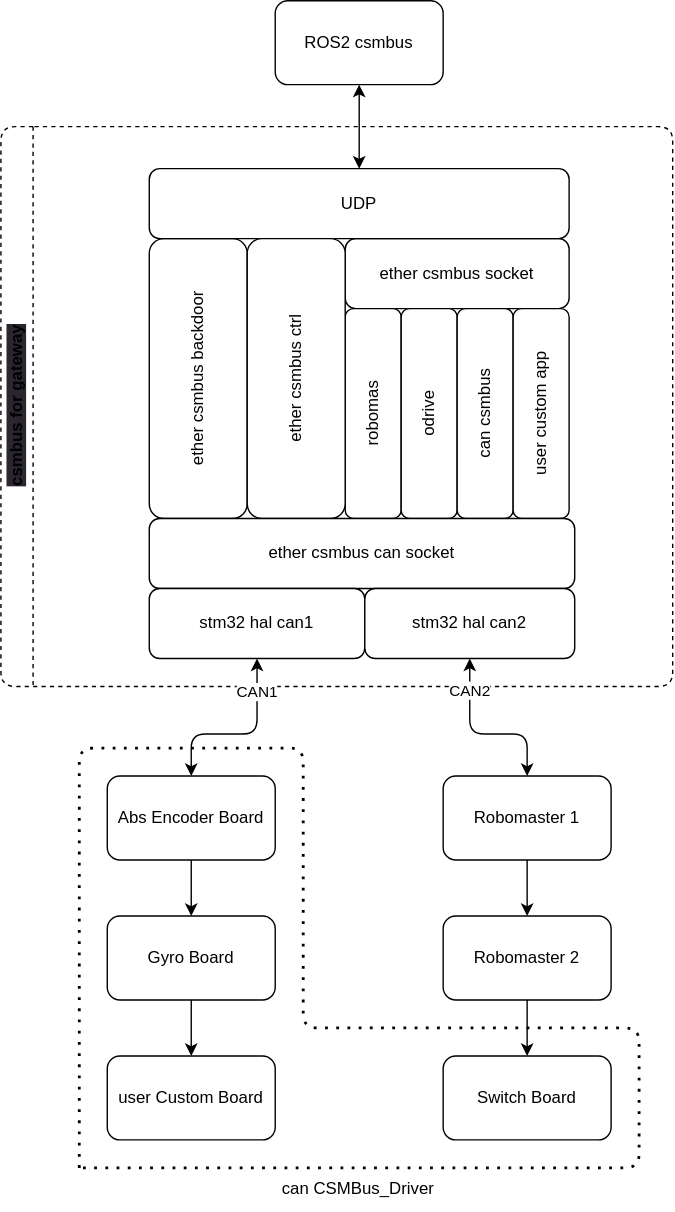
Ayrton2718/CSMBus-Document keeps this draw.io diagram as docs/csmbus_gateway_stack.drawio.svg. Above is the earlier version. Source tidied: cells renumbered, new cells last; positions are measured from the earlier drawing's top-left corner, leaving out a move shared by most shapes. The source it was exported from:
```xml
<mxGraphModel>
  <root>
    <mxCell id="0" />
    <mxCell id="1" parent="0" />
    <mxCell id="2" value="&lt;span style=&quot;background-color: rgb(42, 37, 47);&quot;&gt;csmbus for gateway&lt;/span&gt;" style="swimlane;horizontal=0;whiteSpace=wrap;html=1;rounded=1;dashed=1;" parent="1" vertex="1">
      <mxGeometry y="90" width="480" height="400" as="geometry" />
    </mxCell>
    <mxCell id="3" value="ether csmbus backdoor" style="rounded=1;whiteSpace=wrap;html=1;horizontal=0;" parent="2" vertex="1">
      <mxGeometry x="106" y="80" width="70" height="200" as="geometry" />
    </mxCell>
    <mxCell id="4" value="ether csmbus socket" style="rounded=1;whiteSpace=wrap;html=1;" parent="2" vertex="1">
      <mxGeometry x="246" y="80" width="160" height="50" as="geometry" />
    </mxCell>
    <mxCell id="5" value="robomas" style="rounded=1;whiteSpace=wrap;html=1;horizontal=0;" parent="2" vertex="1">
      <mxGeometry x="246" y="130" width="40" height="150" as="geometry" />
    </mxCell>
    <mxCell id="6" value="odrive" style="rounded=1;whiteSpace=wrap;html=1;horizontal=0;" parent="2" vertex="1">
      <mxGeometry x="286" y="130" width="40" height="150" as="geometry" />
    </mxCell>
    <mxCell id="7" value="can csmbus" style="rounded=1;whiteSpace=wrap;html=1;horizontal=0;" parent="2" vertex="1">
      <mxGeometry x="326" y="130" width="40" height="150" as="geometry" />
    </mxCell>
    <mxCell id="8" value="user custom app" style="rounded=1;whiteSpace=wrap;html=1;horizontal=0;" parent="2" vertex="1">
      <mxGeometry x="366" y="130" width="40" height="150" as="geometry" />
    </mxCell>
    <mxCell id="9" value="UDP" style="rounded=1;whiteSpace=wrap;html=1;" parent="2" vertex="1">
      <mxGeometry x="106" y="30" width="300" height="50" as="geometry" />
    </mxCell>
    <mxCell id="10" value="ether csmbus ctrl" style="rounded=1;whiteSpace=wrap;html=1;horizontal=0;" parent="2" vertex="1">
      <mxGeometry x="176" y="80" width="70" height="200" as="geometry" />
    </mxCell>
    <mxCell id="11" value="ether csmbus can socket" style="rounded=1;whiteSpace=wrap;html=1;" parent="2" vertex="1">
      <mxGeometry x="106" y="280" width="304" height="50" as="geometry" />
    </mxCell>
    <mxCell id="12" value="stm32 hal can1" style="rounded=1;whiteSpace=wrap;html=1;" parent="2" vertex="1">
      <mxGeometry x="106" y="330" width="154" height="50" as="geometry" />
    </mxCell>
    <mxCell id="13" value="stm32 hal can2" style="rounded=1;whiteSpace=wrap;html=1;" parent="2" vertex="1">
      <mxGeometry x="260" y="330" width="150" height="50" as="geometry" />
    </mxCell>
    <mxCell id="14" value="ROS2 csmbus" style="rounded=1;whiteSpace=wrap;html=1;" parent="1" vertex="1">
      <mxGeometry x="196" width="120" height="60" as="geometry" />
    </mxCell>
    <mxCell id="15" style="edgeStyle=none;html=1;exitX=0.5;exitY=0;exitDx=0;exitDy=0;entryX=0.5;entryY=1;entryDx=0;entryDy=0;startArrow=classic;startFill=1;" parent="1" edge="1" source="9" target="14">
      <mxGeometry relative="1" as="geometry" />
    </mxCell>
    <mxCell id="16" value="CAN1" style="edgeStyle=none;html=1;exitX=0.5;exitY=1;exitDx=0;exitDy=0;entryX=0.5;entryY=0;entryDx=0;entryDy=0;startArrow=classic;startFill=1;" parent="1" edge="1" source="12" target="19">
      <mxGeometry x="-0.65" relative="1" as="geometry">
        <Array as="points">
          <mxPoint x="183" y="524" />
          <mxPoint x="136" y="524" />
        </Array>
        <mxPoint y="1" as="offset" />
      </mxGeometry>
    </mxCell>
    <mxCell id="17" value="CAN2" style="edgeStyle=none;html=1;exitX=0.5;exitY=1;exitDx=0;exitDy=0;entryX=0.5;entryY=0;entryDx=0;entryDy=0;startArrow=classic;startFill=1;" parent="1" edge="1" source="13" target="20">
      <mxGeometry x="-0.62" relative="1" as="geometry">
        <Array as="points">
          <mxPoint x="335" y="524" />
          <mxPoint x="376" y="524" />
        </Array>
        <mxPoint y="-1" as="offset" />
      </mxGeometry>
    </mxCell>
    <mxCell id="18" style="edgeStyle=none;html=1;exitX=0.5;exitY=1;exitDx=0;exitDy=0;entryX=0.5;entryY=0;entryDx=0;entryDy=0;startArrow=none;startFill=0;" parent="1" edge="1" source="19" target="22">
      <mxGeometry relative="1" as="geometry" />
    </mxCell>
    <mxCell id="19" value="Abs Encoder Board" style="rounded=1;whiteSpace=wrap;html=1;" parent="1" vertex="1">
      <mxGeometry x="76" y="554" width="120" height="60" as="geometry" />
    </mxCell>
    <mxCell id="20" value="Robomaster 1" style="rounded=1;whiteSpace=wrap;html=1;" parent="1" vertex="1">
      <mxGeometry x="316" y="554" width="120" height="60" as="geometry" />
    </mxCell>
    <mxCell id="21" style="edgeStyle=none;html=1;exitX=0.5;exitY=1;exitDx=0;exitDy=0;entryX=0.5;entryY=0;entryDx=0;entryDy=0;startArrow=none;startFill=0;" parent="1" edge="1" source="22" target="26">
      <mxGeometry relative="1" as="geometry" />
    </mxCell>
    <mxCell id="22" value="Gyro Board" style="rounded=1;whiteSpace=wrap;html=1;" parent="1" vertex="1">
      <mxGeometry x="76" y="654" width="120" height="60" as="geometry" />
    </mxCell>
    <mxCell id="23" style="edgeStyle=none;html=1;exitX=0.5;exitY=1;exitDx=0;exitDy=0;startArrow=none;startFill=0;" parent="1" edge="1" source="24" target="27">
      <mxGeometry relative="1" as="geometry" />
    </mxCell>
    <mxCell id="24" value="Robomaster 2" style="rounded=1;whiteSpace=wrap;html=1;" parent="1" vertex="1">
      <mxGeometry x="316" y="654" width="120" height="60" as="geometry" />
    </mxCell>
    <mxCell id="25" style="edgeStyle=none;html=1;exitX=0.5;exitY=1;exitDx=0;exitDy=0;entryX=0.5;entryY=0;entryDx=0;entryDy=0;startArrow=none;startFill=0;" parent="1" edge="1" source="20" target="24">
      <mxGeometry relative="1" as="geometry" />
    </mxCell>
    <mxCell id="26" value="user Custom Board" style="rounded=1;whiteSpace=wrap;html=1;" parent="1" vertex="1">
      <mxGeometry x="76" y="754" width="120" height="60" as="geometry" />
    </mxCell>
    <mxCell id="27" value="Switch Board" style="rounded=1;whiteSpace=wrap;html=1;" parent="1" vertex="1">
      <mxGeometry x="316" y="754" width="120" height="60" as="geometry" />
    </mxCell>
    <mxCell id="28" style="endArrow=none;dashed=1;html=1;dashPattern=1 3;strokeWidth=2;" parent="1" edge="1">
      <mxGeometry relative="1" as="geometry">
        <mxPoint x="56" y="834" as="sourcePoint" />
        <mxPoint x="56" y="834" as="targetPoint" />
        <Array as="points">
          <mxPoint x="56" y="534" />
          <mxPoint x="216" y="534" />
          <mxPoint x="216" y="734" />
          <mxPoint x="456" y="734" />
          <mxPoint x="456" y="834" />
        </Array>
      </mxGeometry>
    </mxCell>
    <mxCell id="29" value="can CSMBus_Driver" style="text;html=1;strokeColor=none;fillColor=none;align=center;verticalAlign=middle;whiteSpace=wrap;rounded=0;dashed=1;dashPattern=1 2;strokeWidth=2;perimeterSpacing=1;" parent="1" vertex="1">
      <mxGeometry x="191.5" y="834" width="129" height="30" as="geometry" />
    </mxCell>
  </root>
</mxGraphModel>
```
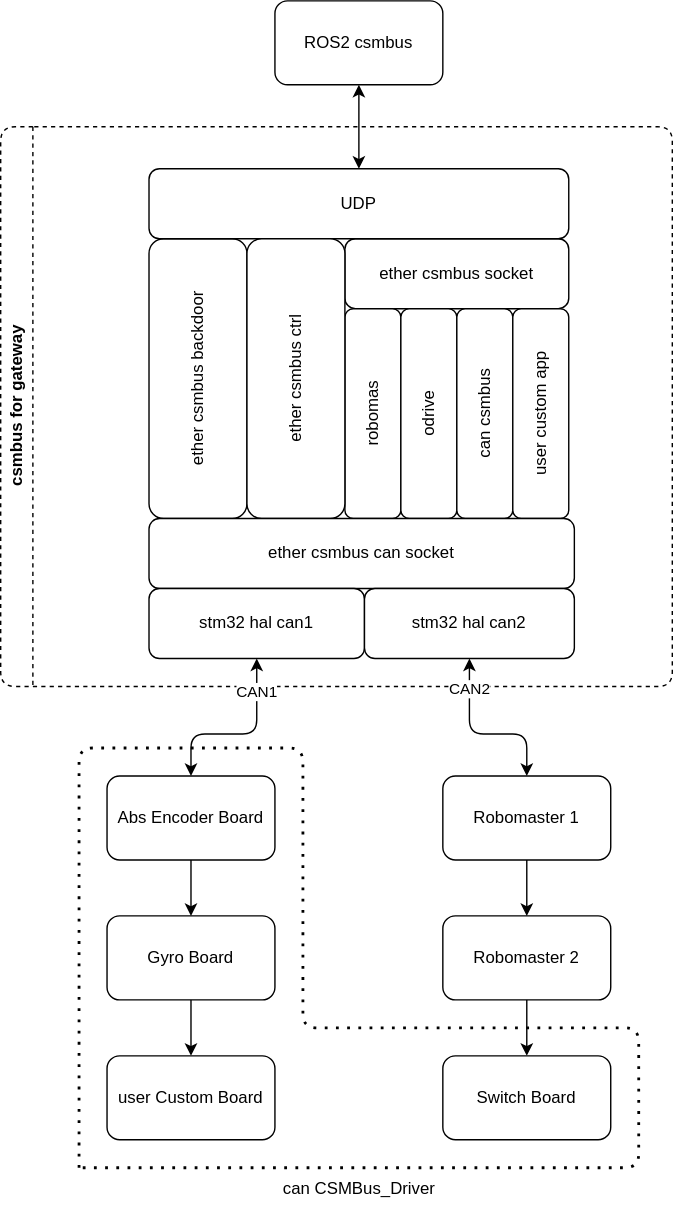
Above is the later version.

Change to the diagram source:
```diff
@@ -2,7 +2,7 @@
   <root>
     <mxCell id="0" />
     <mxCell id="1" parent="0" />
-    <mxCell id="2" value="&lt;span style=&quot;background-color: rgb(42, 37, 47);&quot;&gt;csmbus for gateway&lt;/span&gt;" style="swimlane;horizontal=0;whiteSpace=wrap;html=1;rounded=1;dashed=1;" parent="1" vertex="1">
+    <mxCell id="2" value="csmbus for gateway" style="swimlane;horizontal=0;whiteSpace=wrap;html=1;rounded=1;dashed=1;" parent="1" vertex="1">
       <mxGeometry y="90" width="480" height="400" as="geometry" />
     </mxCell>
     <mxCell id="3" value="ether csmbus backdoor" style="rounded=1;whiteSpace=wrap;html=1;horizontal=0;" parent="2" vertex="1">
```
